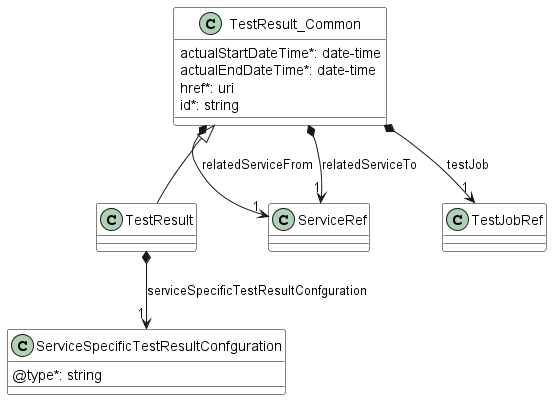
This is documentation/serviceApi/sft/serviceTest/media/trDataModel.png from MEF-GIT/MEF-LSO-Legato-SDK, a PlantUML export, as it was before one commit.
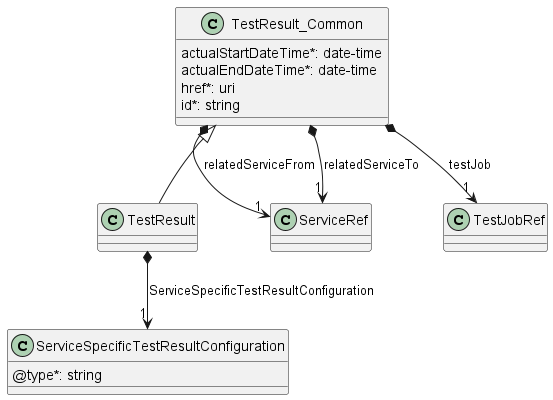
After the commit.

Diff of the diagram source:
```diff
@@ -1,11 +1,10 @@
 @startuml trDataModel
 skinparam {
-    ClassBackgroundColor White
-    ClassBorderColor Black
     scale 4096 width
 }
 
-class ServiceSpecificTestResultConfguration {
+
+class ServiceSpecificTestResultConfiguration {
 
     @type*: string
 }
@@ -15,7 +14,7 @@
 }
 TestResult_Common <|-- TestResult
 
-TestResult *-->"1" ServiceSpecificTestResultConfguration : serviceSpecificTestResultConfguration
+TestResult *-->"1" ServiceSpecificTestResultConfiguration : ServiceSpecificTestResultConfiguration
 
 
 class TestResult_Common {
```
